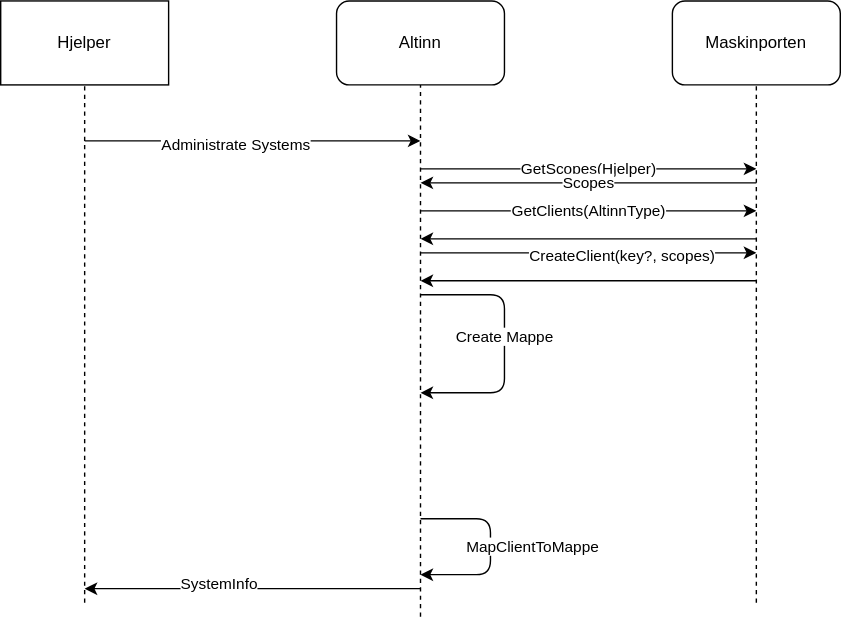
Earlier version of the draw.io export content/authentication/selfboarding.drawio.svg (Altinn/altinn-studio-docs). Source tidied: cells renumbered, new cells last; positions are measured from the earlier drawing's top-left corner, leaving out a move shared by most shapes.
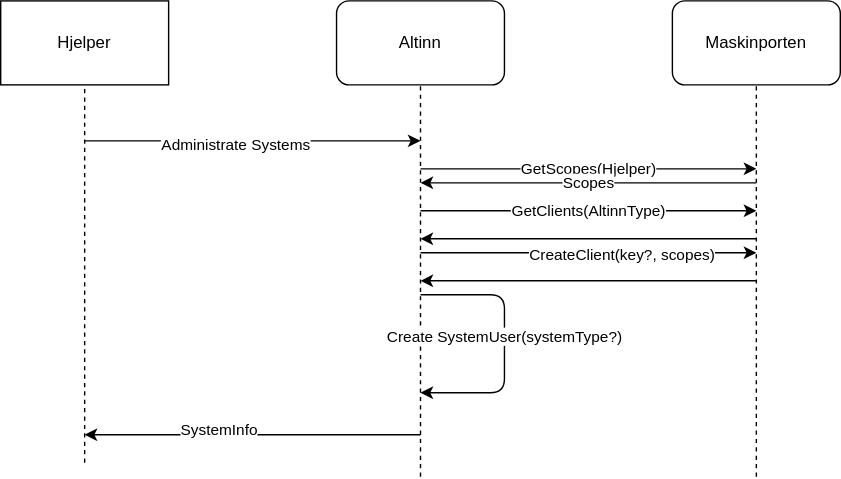
After the commit.

Diff of the diagram source:
```diff
@@ -13,7 +13,7 @@
     </mxCell>
     <mxCell id="5" style="endArrow=none;dashed=1;html=1;entryX=0.5;entryY=1;entryDx=0;entryDy=0;" parent="1" edge="1" target="2">
       <mxGeometry relative="1" as="geometry">
-        <mxPoint x="60" y="430" as="sourcePoint" />
+        <mxPoint x="60" y="330" as="sourcePoint" />
       </mxGeometry>
     </mxCell>
     <mxCell id="6" style="endArrow=classic;html=1;" parent="1" edge="1">
@@ -27,10 +27,10 @@
     </mxCell>
     <mxCell id="8" style="endArrow=none;dashed=1;html=1;entryX=0.5;entryY=1;entryDx=0;entryDy=0;" parent="1" edge="1" target="3">
       <mxGeometry relative="1" as="geometry">
-        <mxPoint x="300" y="440" as="sourcePoint" />
+        <mxPoint x="300" y="340" as="sourcePoint" />
       </mxGeometry>
     </mxCell>
-    <mxCell id="9" value="Create Mappe" style="endArrow=classic;html=1;" parent="1" edge="1">
+    <mxCell id="9" value="Create SystemUser(systemType?)" style="endArrow=classic;html=1;" parent="1" edge="1">
       <mxGeometry x="-0.05" relative="1" as="geometry">
         <mxPoint x="300" y="210" as="sourcePoint" />
         <mxPoint x="300" y="280" as="targetPoint" />
@@ -48,7 +48,7 @@
     </mxCell>
     <mxCell id="11" style="endArrow=none;dashed=1;html=1;entryX=0.5;entryY=1;entryDx=0;entryDy=0;" parent="1" edge="1" target="4">
       <mxGeometry relative="1" as="geometry">
-        <mxPoint x="540" y="430" as="sourcePoint" />
+        <mxPoint x="540" y="340" as="sourcePoint" />
       </mxGeometry>
     </mxCell>
     <mxCell id="12" style="endArrow=classic;html=1;" parent="1" edge="1">
@@ -57,16 +57,6 @@
         <mxPoint x="300" y="170" as="targetPoint" />
       </mxGeometry>
     </mxCell>
-    <mxCell id="13" value="MapClientToMappe" style="endArrow=classic;html=1;" parent="1" edge="1">
-      <mxGeometry y="30" relative="1" as="geometry">
-        <mxPoint x="300" y="370" as="sourcePoint" />
-        <mxPoint x="300" y="410" as="targetPoint" />
-        <Array as="points">
-          <mxPoint x="350" y="370" />
-          <mxPoint x="350" y="410" />
-        </Array>
-      </mxGeometry>
-    </mxCell>
     <mxCell id="14" style="endArrow=classic;html=1;" parent="1" edge="1">
       <mxGeometry relative="1" as="geometry">
         <mxPoint x="300" y="180" as="sourcePoint" />
@@ -84,8 +74,8 @@
     </mxCell>
     <mxCell id="17" style="endArrow=classic;html=1;" parent="1" edge="1">
       <mxGeometry relative="1" as="geometry">
-        <mxPoint x="300" y="420" as="sourcePoint" />
-        <mxPoint x="60" y="420" as="targetPoint" />
+        <mxPoint x="300" y="310" as="sourcePoint" />
+        <mxPoint x="60" y="310" as="targetPoint" />
       </mxGeometry>
     </mxCell>
     <mxCell id="18" value="SystemInfo" style="edgeLabel;html=1;align=center;verticalAlign=middle;" parent="17" vertex="1">
```
